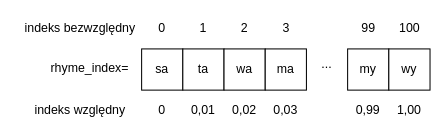
This is rhyme_index_diagram.drawio from jezonek/rapping-neural-network, a draw.io file, before an edit. Source tidied: cells renumbered, new cells numbered last; positions are measured from the earlier drawing's top-left corner, leaving out a move shared by most shapes. Both pictures are drawn from the tidied source at 103%, with x=0, y=0 at pixel (18, 18).
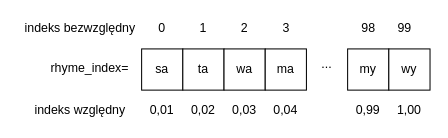
The same page after the edit.

What changed in the source:
```diff
@@
-    <mxCell id="13" value="99" style="text;html=1;align=center;verticalAlign=top;spacingTop=-4;" parent="1" vertex="1">
+    <mxCell id="13" value="98" style="text;html=1;align=center;verticalAlign=top;spacingTop=-4;" parent="1" vertex="1">
       <mxGeometry x="325" width="30" height="20" as="geometry" />
     </mxCell>
-    <mxCell id="14" value="100" style="text;html=1;align=center;verticalAlign=top;spacingTop=-4;" parent="1" vertex="1">
-      <mxGeometry x="360" width="40" height="20" as="geometry" />
+    <mxCell id="14" value="99" style="text;html=1;align=center;verticalAlign=top;spacingTop=-4;" parent="1" vertex="1">
+      <mxGeometry x="360" width="30" height="20" as="geometry" />
     </mxCell>
@@
-    <mxCell id="18" value="0" style="text;html=1;strokeColor=none;fillColor=none;align=center;verticalAlign=middle;whiteSpace=wrap;rounded=0;" parent="1" vertex="1">
-      <mxGeometry x="130" y="80" width="20" height="20" as="geometry" />
-    </mxCell>
     <mxCell id="19" value="0,01" style="text;html=1;strokeColor=none;fillColor=none;align=center;verticalAlign=middle;whiteSpace=wrap;rounded=0;" parent="1" vertex="1">
-      <mxGeometry x="170" y="80" width="20" height="20" as="geometry" />
+      <mxGeometry x="130" y="80" width="20" height="20" as="geometry" />
     </mxCell>
     <mxCell id="20" value="0,02" style="text;html=1;strokeColor=none;fillColor=none;align=center;verticalAlign=middle;whiteSpace=wrap;rounded=0;" parent="1" vertex="1">
-      <mxGeometry x="210" y="80" width="20" height="20" as="geometry" />
+      <mxGeometry x="170" y="80" width="20" height="20" as="geometry" />
     </mxCell>
     <mxCell id="21" value="0,03" style="text;html=1;strokeColor=none;fillColor=none;align=center;verticalAlign=middle;whiteSpace=wrap;rounded=0;" parent="1" vertex="1">
-      <mxGeometry x="250" y="80" width="20" height="20" as="geometry" />
+      <mxGeometry x="210" y="80" width="20" height="20" as="geometry" />
     </mxCell>
@@
+    <mxCell id="27" value="0,04" style="text;html=1;strokeColor=none;fillColor=none;align=center;verticalAlign=middle;whiteSpace=wrap;rounded=0;" parent="1" vertex="1">
+      <mxGeometry x="250" y="80" width="20" height="20" as="geometry" />
+    </mxCell>
```
